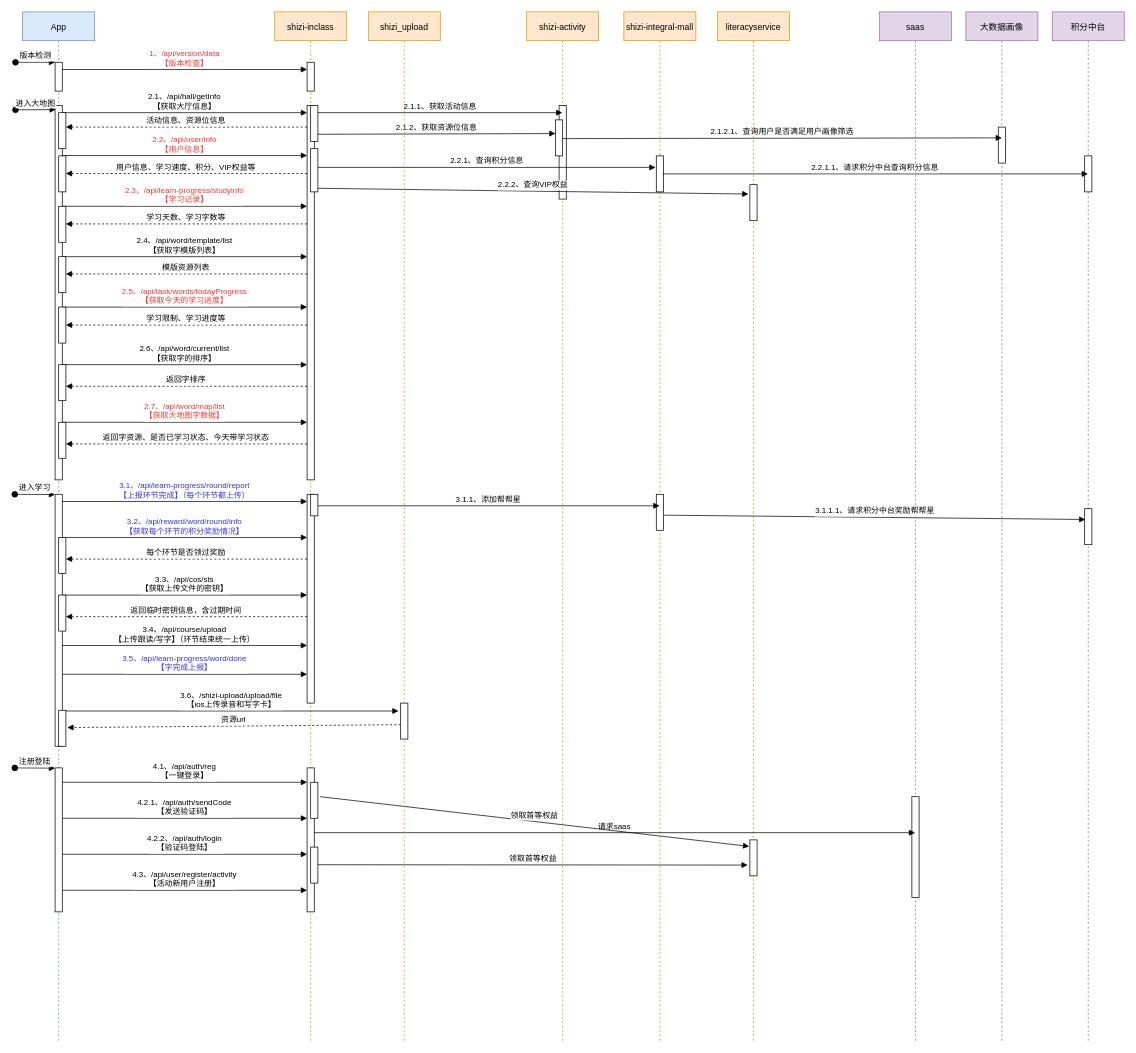
Earlier version of the draw.io diagram 识字主流程时序图.drawio (wgyuuu/flow_chart). Source tidied: cells renumbered, new cells numbered last; positions are measured from the earlier drawing's top-left corner, leaving out a move shared by most shapes. Both pictures are drawn from the tidied source at 72%, with x=0, y=0 at pixel (14, 12).
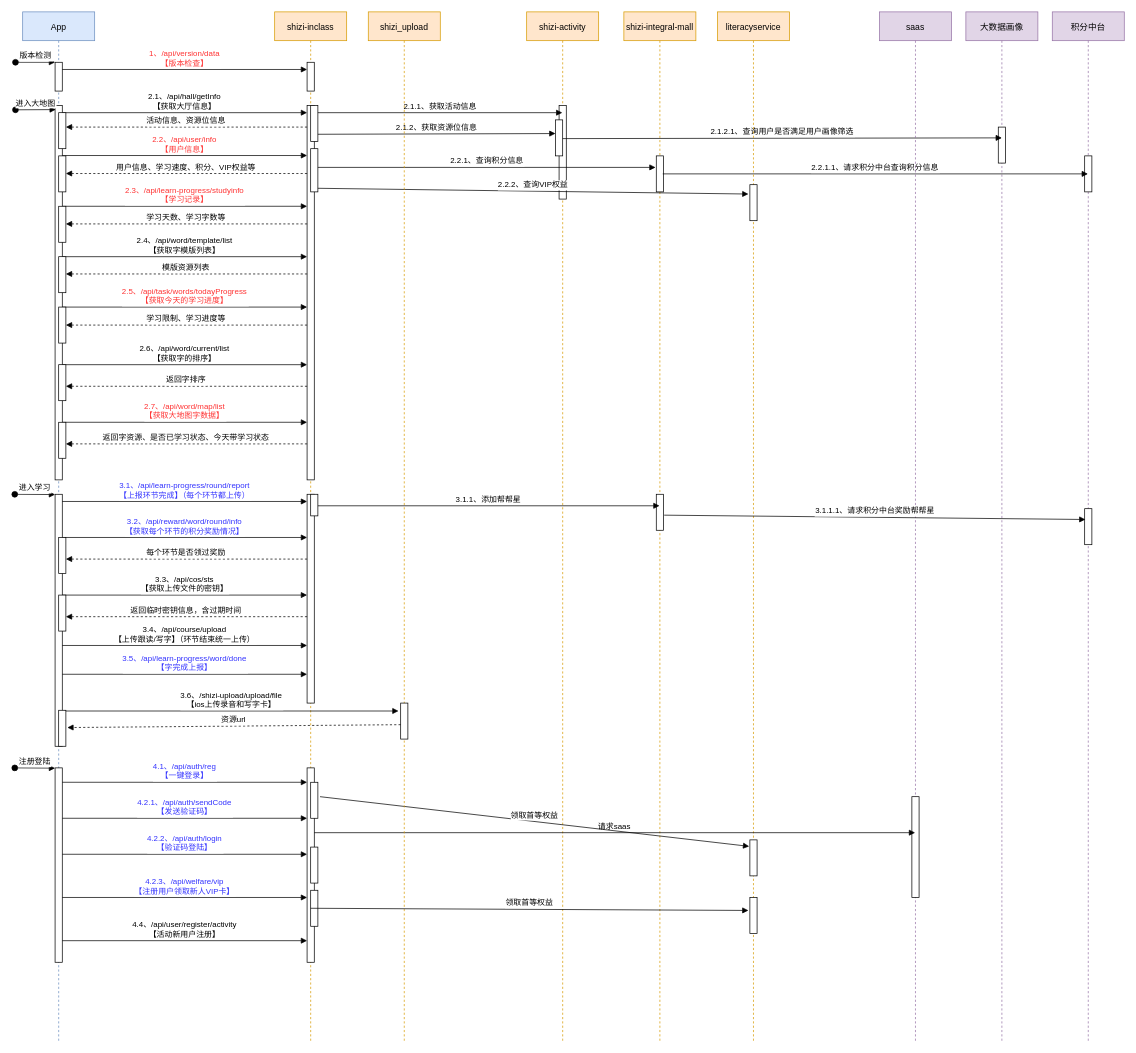
The same page after the edit.

Commit message:
Update 识字主流程时序图.drawio

Unchanged cells that the change refers to:
```xml
<mxCell id="73" style="points=[];perimeter=orthogonalPerimeter;rounded=0;shadow=0;strokeWidth=1;" parent="1" vertex="1">
  <mxGeometry x="1021" y="1150" width="10" height="50" as="geometry" />
</mxCell>
```

What changed in the source:
```diff
@@
     <mxCell id="43" style="perimeter=orthogonalPerimeter;rounded=0;shadow=0;strokeWidth=1;" parent="1" vertex="1">
-      <mxGeometry x="56" y="1050" width="10" height="200" as="geometry" />
+      <mxGeometry x="56" y="1050" width="10" height="270" as="geometry" />
     </mxCell>
@@
     <mxCell id="45" style="perimeter=orthogonalPerimeter;rounded=0;shadow=0;strokeWidth=1;" parent="1" vertex="1">
-      <mxGeometry x="406" y="1050" width="10" height="200" as="geometry" />
+      <mxGeometry x="406" y="1050" width="10" height="270" as="geometry" />
     </mxCell>
-    <mxCell id="46" value="4.1、/api/auth/reg&#10;【一键登录】" style="verticalAlign=bottom;endArrow=block;entryX=0;entryY=0;shadow=0;strokeWidth=1;" parent="1" edge="1">
+    <mxCell id="46" value="4.1、/api/auth/reg&#10;【一键登录】" style="verticalAlign=bottom;endArrow=block;entryX=0;entryY=0;shadow=0;strokeWidth=1;fontColor=#3333FF;" parent="1" edge="1">
       <mxGeometry relative="1" as="geometry">
         <mxPoint x="66" y="1070" as="sourcePoint" />
         <mxPoint x="406" y="1070" as="targetPoint" />
       </mxGeometry>
     </mxCell>
-    <mxCell id="47" value="4.2.1、/api/auth/sendCode&#10;【发送验证码】" style="verticalAlign=bottom;endArrow=block;entryX=0;entryY=0;shadow=0;strokeWidth=1;" parent="1" edge="1">
+    <mxCell id="47" value="4.2.1、/api/auth/sendCode&#10;【发送验证码】" style="verticalAlign=bottom;endArrow=block;entryX=0;entryY=0;shadow=0;strokeWidth=1;fontColor=#3333FF;" parent="1" edge="1">
       <mxGeometry relative="1" as="geometry">
         <mxPoint x="66" y="1120" as="sourcePoint" />
         <mxPoint x="406" y="1120" as="targetPoint" />
       </mxGeometry>
     </mxCell>
-    <mxCell id="48" value="4.2.2、/api/auth/login&#10;【验证码登陆】" style="verticalAlign=bottom;endArrow=block;entryX=0;entryY=0;shadow=0;strokeWidth=1;" parent="1" edge="1">
+    <mxCell id="48" value="4.2.2、/api/auth/login&#10;【验证码登陆】" style="verticalAlign=bottom;endArrow=block;entryX=0;entryY=0;shadow=0;strokeWidth=1;fontColor=#3333FF;" parent="1" edge="1">
       <mxGeometry relative="1" as="geometry">
         <mxPoint x="66" y="1170" as="sourcePoint" />
         <mxPoint x="406" y="1170" as="targetPoint" />
       </mxGeometry>
     </mxCell>
-    <mxCell id="49" value="4.3、/api/user/register/activity&#10;【活动新用户注册】" style="verticalAlign=bottom;endArrow=block;entryX=0;entryY=0;shadow=0;strokeWidth=1;" parent="1" edge="1">
+    <mxCell id="49" value="4.4、/api/user/register/activity&#10;【活动新用户注册】" style="verticalAlign=bottom;endArrow=block;entryX=0;entryY=0;shadow=0;strokeWidth=1;" parent="1" edge="1">
       <mxGeometry relative="1" as="geometry">
-        <mxPoint x="66" y="1220" as="sourcePoint" />
-        <mxPoint x="406" y="1220" as="targetPoint" />
+        <mxPoint x="66" y="1290" as="sourcePoint" />
+        <mxPoint x="406" y="1290" as="targetPoint" />
       </mxGeometry>
     </mxCell>
@@
-    <mxCell id="76" value="领取首等权益" style="verticalAlign=bottom;endArrow=block;entryX=-0.3;entryY=0.7;shadow=0;strokeWidth=1;entryDx=0;entryDy=0;entryPerimeter=0;" parent="1" edge="1" target="73">
-      <mxGeometry relative="1" as="geometry">
-        <mxPoint x="421" y="1184.5" as="sourcePoint" />
-      </mxGeometry>
-    </mxCell>
@@
+    <mxCell id="88" value="4.2.3、/api/welfare/vip&#10;【注册用户领取新人VIP卡】" style="verticalAlign=bottom;endArrow=block;entryX=0;entryY=0;shadow=0;strokeWidth=1;fontColor=#3333FF;" parent="1" edge="1">
+      <mxGeometry relative="1" as="geometry">
+        <mxPoint x="66" y="1230" as="sourcePoint" />
+        <mxPoint x="406" y="1230" as="targetPoint" />
+      </mxGeometry>
+    </mxCell>
+    <mxCell id="89" style="points=[];perimeter=orthogonalPerimeter;rounded=0;shadow=0;strokeWidth=1;" parent="1" vertex="1">
+      <mxGeometry x="1021" y="1230" width="10" height="50" as="geometry" />
+    </mxCell>
+    <mxCell id="90" style="points=[];perimeter=orthogonalPerimeter;rounded=0;shadow=0;strokeWidth=1;" parent="1" vertex="1">
+      <mxGeometry x="411" y="1220" width="10" height="50" as="geometry" />
+    </mxCell>
+    <mxCell id="76" value="领取首等权益" style="verticalAlign=bottom;endArrow=block;entryX=-0.2;entryY=0.36;shadow=0;strokeWidth=1;entryDx=0;entryDy=0;entryPerimeter=0;exitX=0;exitY=0.5;exitDx=0;exitDy=0;exitPerimeter=0;" parent="1" edge="1" source="90" target="89">
+      <mxGeometry relative="1" as="geometry" />
+    </mxCell>
```
